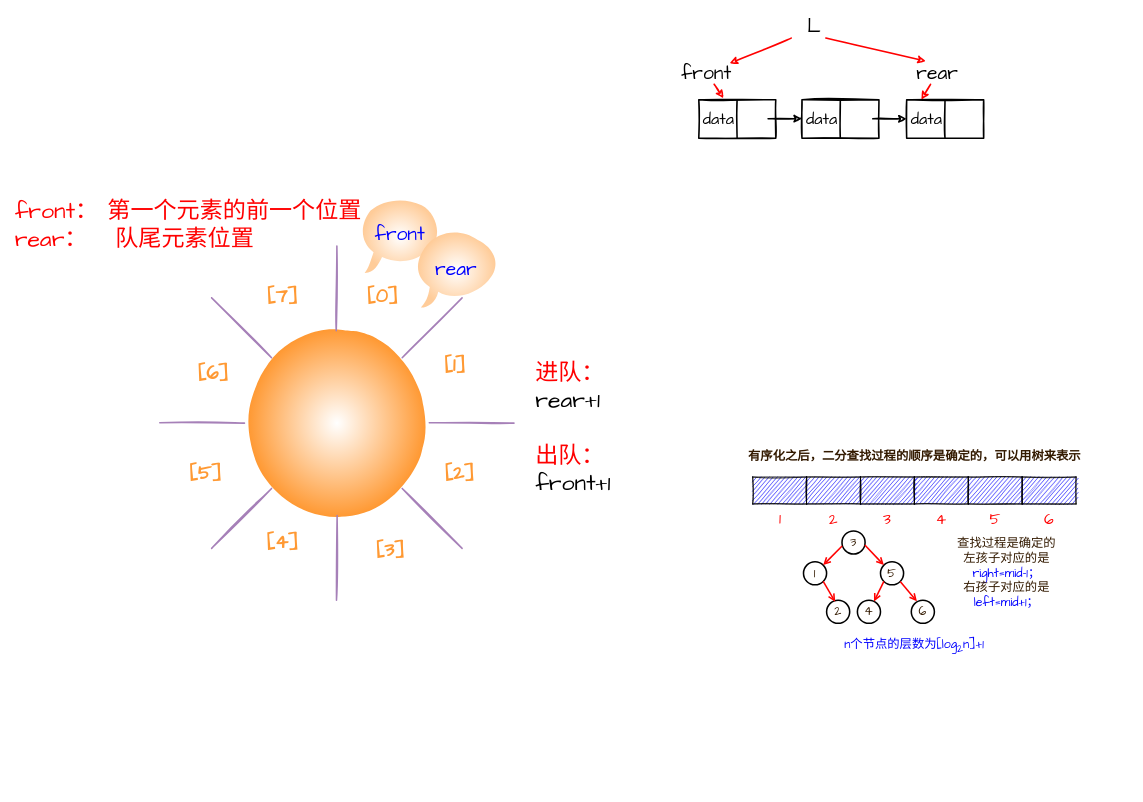
The draw.io diagram 二叉树.drawio in 1900100209/Data-Structures-And-Algorithms, before the edit. Source tidied: cells renumbered, new cells numbered last; positions are measured from the earlier drawing's top-left corner, leaving out a move shared by most shapes. Both pictures are drawn from the tidied source at 77%, with x=0, y=0 at pixel (13, 15).
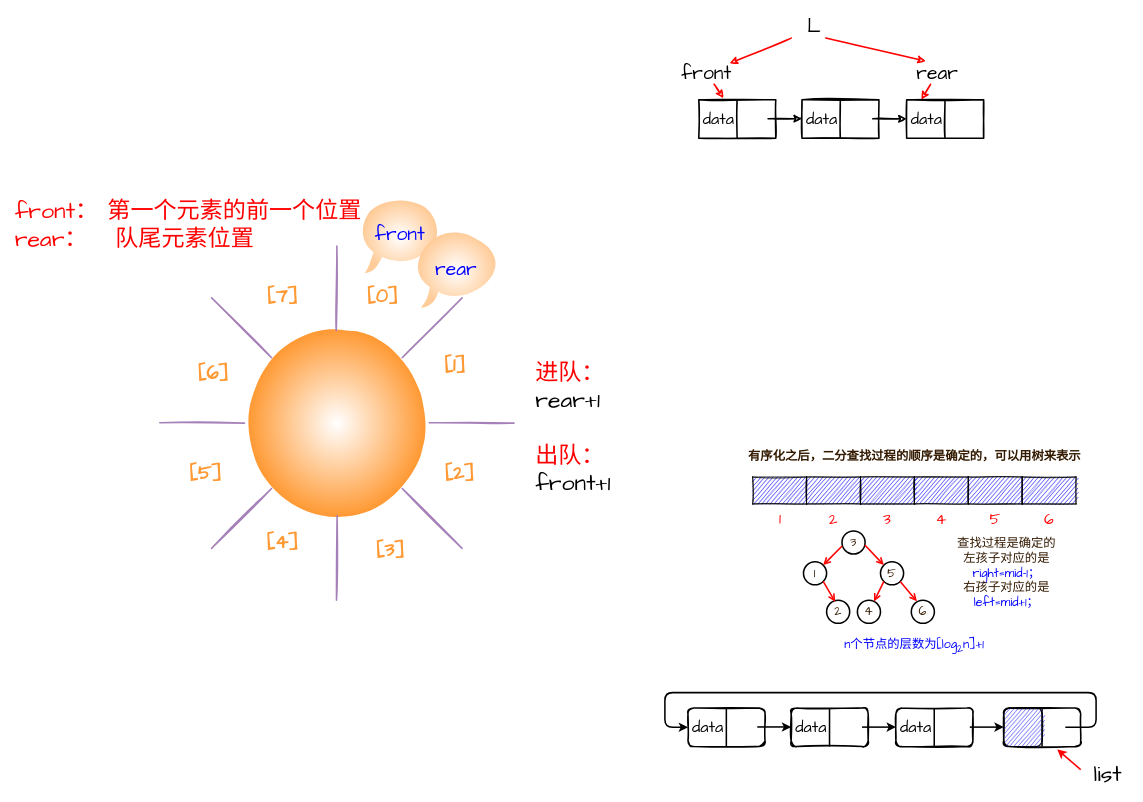
After the change.

Commit message:
更新二叉树.drawio

What changed in the source:
```diff
@@
+    <mxCell id="70" style="whiteSpace=wrap;html=1;shadow=0;glass=0;strokeWidth=2;fillColor=none;gradientDirection=south;rounded=1;sketch=1;" parent="1" vertex="1">
+      <mxGeometry x="1010" y="900" width="100" height="50" as="geometry" />
+    </mxCell>
+    <mxCell id="71" style="endArrow=none;html=1;rounded=1;sketch=0;edgeStyle=orthogonalEdgeStyle;curved=0;strokeWidth=2;" parent="1" edge="1">
+      <mxGeometry relative="1" as="geometry">
+        <mxPoint x="1059.8" y="950" as="sourcePoint" />
+        <mxPoint x="1059.8" y="900" as="targetPoint" />
+      </mxGeometry>
+    </mxCell>
+    <mxCell id="72" style="whiteSpace=wrap;html=1;shadow=0;glass=0;strokeWidth=2;fillColor=none;gradientDirection=south;rounded=1;sketch=1;" parent="1" vertex="1">
+      <mxGeometry x="1146" y="900" width="100" height="50" as="geometry" />
+    </mxCell>
+    <mxCell id="73" style="endArrow=none;html=1;rounded=1;sketch=0;edgeStyle=orthogonalEdgeStyle;curved=0;strokeWidth=2;" parent="1" edge="1">
+      <mxGeometry relative="1" as="geometry">
+        <mxPoint x="1195.8" y="950" as="sourcePoint" />
+        <mxPoint x="1195.8" y="900" as="targetPoint" />
+      </mxGeometry>
+    </mxCell>
+    <mxCell id="74" style="whiteSpace=wrap;html=1;shadow=0;glass=0;strokeWidth=2;fillColor=none;gradientDirection=south;rounded=1;sketch=1;" parent="1" vertex="1">
+      <mxGeometry x="1286" y="900" width="100" height="50" as="geometry" />
+    </mxCell>
+    <mxCell id="75" style="endArrow=none;html=1;rounded=1;sketch=0;edgeStyle=orthogonalEdgeStyle;curved=0;strokeWidth=2;" parent="1" edge="1">
+      <mxGeometry relative="1" as="geometry">
+        <mxPoint x="1335.8" y="950" as="sourcePoint" />
+        <mxPoint x="1335.8" y="900" as="targetPoint" />
+      </mxGeometry>
+    </mxCell>
+    <mxCell id="76" style="whiteSpace=wrap;html=1;shadow=0;glass=0;strokeWidth=2;fillColor=none;gradientDirection=south;rounded=1;sketch=1;" parent="1" vertex="1">
+      <mxGeometry x="876" y="900" width="100" height="50" as="geometry" />
+    </mxCell>
+    <mxCell id="77" style="endArrow=none;html=1;rounded=1;sketch=0;edgeStyle=orthogonalEdgeStyle;curved=0;strokeWidth=2;" parent="1" edge="1">
+      <mxGeometry relative="1" as="geometry">
+        <mxPoint x="925.8" y="950" as="sourcePoint" />
+        <mxPoint x="925.8" y="900" as="targetPoint" />
+      </mxGeometry>
+    </mxCell>
+    <mxCell id="78" style="rounded=1;whiteSpace=wrap;html=1;sketch=1;fillStyle=hachure;fillColor=#3333FF;" parent="1" vertex="1">
+      <mxGeometry x="1286" y="900" width="50" height="50" as="geometry" />
+    </mxCell>
+    <mxCell id="79" style="endArrow=classic;html=1;rounded=1;sketch=0;edgeStyle=orthogonalEdgeStyle;curved=0;endFill=1;strokeWidth=2;" parent="1" edge="1">
+      <mxGeometry relative="1" as="geometry">
+        <mxPoint x="966" y="924.6" as="sourcePoint" />
+        <mxPoint x="1010" y="924.6" as="targetPoint" />
+        <Array as="points">
+          <mxPoint x="1010" y="924.6" />
+        </Array>
+      </mxGeometry>
+    </mxCell>
+    <mxCell id="80" style="endArrow=classic;html=1;rounded=1;sketch=0;edgeStyle=orthogonalEdgeStyle;curved=0;entryX=0;entryY=0.5;entryDx=0;entryDy=0;fontSize=21;strokeWidth=2;" parent="1" edge="1" target="76">
+      <mxGeometry relative="1" as="geometry">
+        <mxPoint x="1366" y="925" as="sourcePoint" />
+        <Array as="points">
+          <mxPoint x="1406" y="925" />
+          <mxPoint x="1406" y="880" />
+          <mxPoint x="846" y="880" />
+          <mxPoint x="846" y="925" />
+        </Array>
+      </mxGeometry>
+    </mxCell>
+    <mxCell id="81" style="endArrow=classic;html=1;rounded=1;sketch=0;edgeStyle=orthogonalEdgeStyle;curved=0;endFill=1;strokeWidth=2;" parent="1" edge="1">
+      <mxGeometry relative="1" as="geometry">
+        <mxPoint x="1102" y="924.8" as="sourcePoint" />
+        <mxPoint x="1146" y="924.8" as="targetPoint" />
+        <Array as="points">
+          <mxPoint x="1146" y="924.8" />
+        </Array>
+      </mxGeometry>
+    </mxCell>
+    <mxCell id="82" style="endArrow=classic;html=1;rounded=1;sketch=0;edgeStyle=orthogonalEdgeStyle;curved=0;endFill=1;strokeWidth=2;" parent="1" edge="1">
+      <mxGeometry relative="1" as="geometry">
+        <mxPoint x="1242" y="924.8" as="sourcePoint" />
+        <mxPoint x="1286" y="924.8" as="targetPoint" />
+        <Array as="points">
+          <mxPoint x="1286" y="924.8" />
+        </Array>
+      </mxGeometry>
+    </mxCell>
+    <mxCell id="83" value="list" style="text;html=1;align=center;verticalAlign=middle;strokeColor=none;fillColor=none;fontSize=30;fontFamily=Comic Sans MS;" parent="1" vertex="1">
+      <mxGeometry x="1391" y="965" width="60" height="40" as="geometry" />
+    </mxCell>
+    <mxCell id="84" style="endArrow=classic;html=1;rounded=1;sketch=0;fontFamily=Comic Sans MS;fontSize=35;endFill=1;strokeWidth=2;strokeColor=#FF0000;entryX=0.696;entryY=1.077;entryDx=0;entryDy=0;entryPerimeter=0;" parent="1" edge="1" target="74">
+      <mxGeometry relative="1" as="geometry">
+        <mxPoint x="1386" y="980" as="sourcePoint" />
+      </mxGeometry>
+    </mxCell>
+    <mxCell id="85" value="data" style="text;html=1;strokeColor=none;fillColor=none;align=center;verticalAlign=middle;whiteSpace=wrap;rounded=0;sketch=1;fontFamily=Comic Sans MS;fontSize=21;" parent="1" vertex="1">
+      <mxGeometry x="872" y="910" width="60" height="30" as="geometry" />
+    </mxCell>
+    <mxCell id="86" value="data" style="text;html=1;strokeColor=none;fillColor=none;align=center;verticalAlign=middle;whiteSpace=wrap;rounded=0;sketch=1;fontFamily=Comic Sans MS;fontSize=21;" parent="1" vertex="1">
+      <mxGeometry x="1006" y="910" width="60" height="30" as="geometry" />
+    </mxCell>
+    <mxCell id="87" value="data" style="text;html=1;strokeColor=none;fillColor=none;align=center;verticalAlign=middle;whiteSpace=wrap;rounded=0;sketch=1;fontFamily=Comic Sans MS;fontSize=21;" parent="1" vertex="1">
+      <mxGeometry x="1142" y="910" width="60" height="30" as="geometry" />
+    </mxCell>
```
